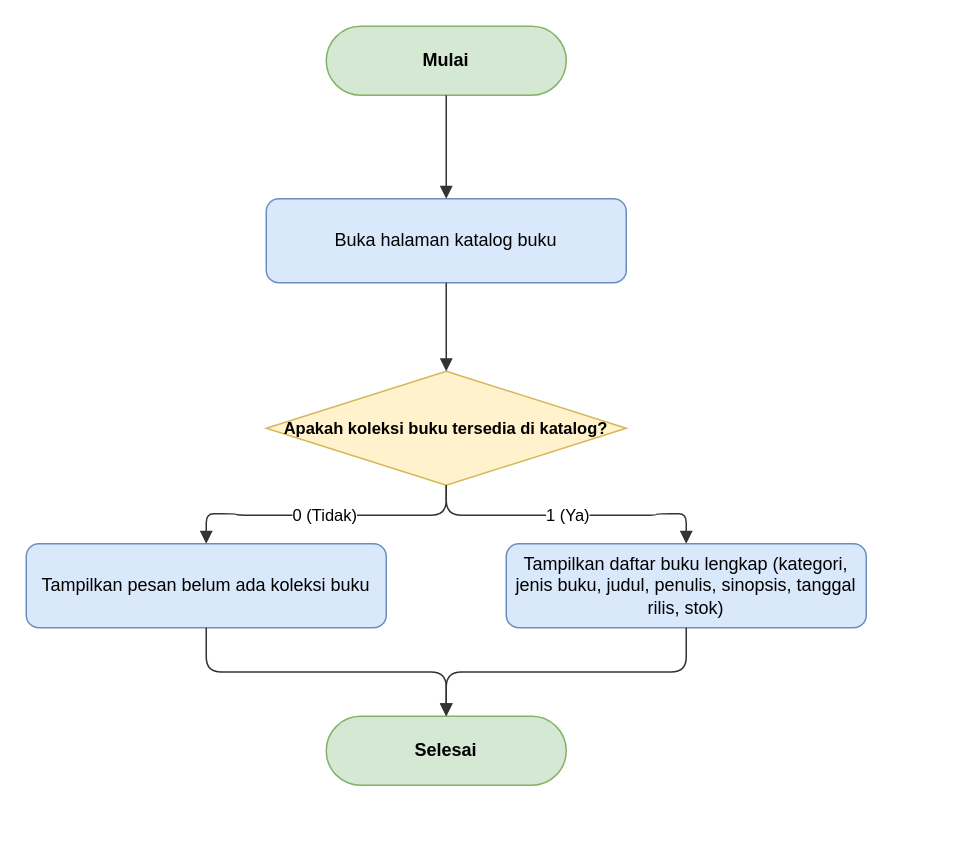
Before: docs/diagrams/flowchart/flowchart-getbook.drawio in dimstyle/ruang-baca, a draw.io diagram. Source tidied: cells renumbered, new cells numbered last; positions are measured from the earlier drawing's top-left corner, leaving out a move shared by most shapes. Both pictures are drawn from the tidied source at 150%, with x=0, y=0 at pixel (26, 26).
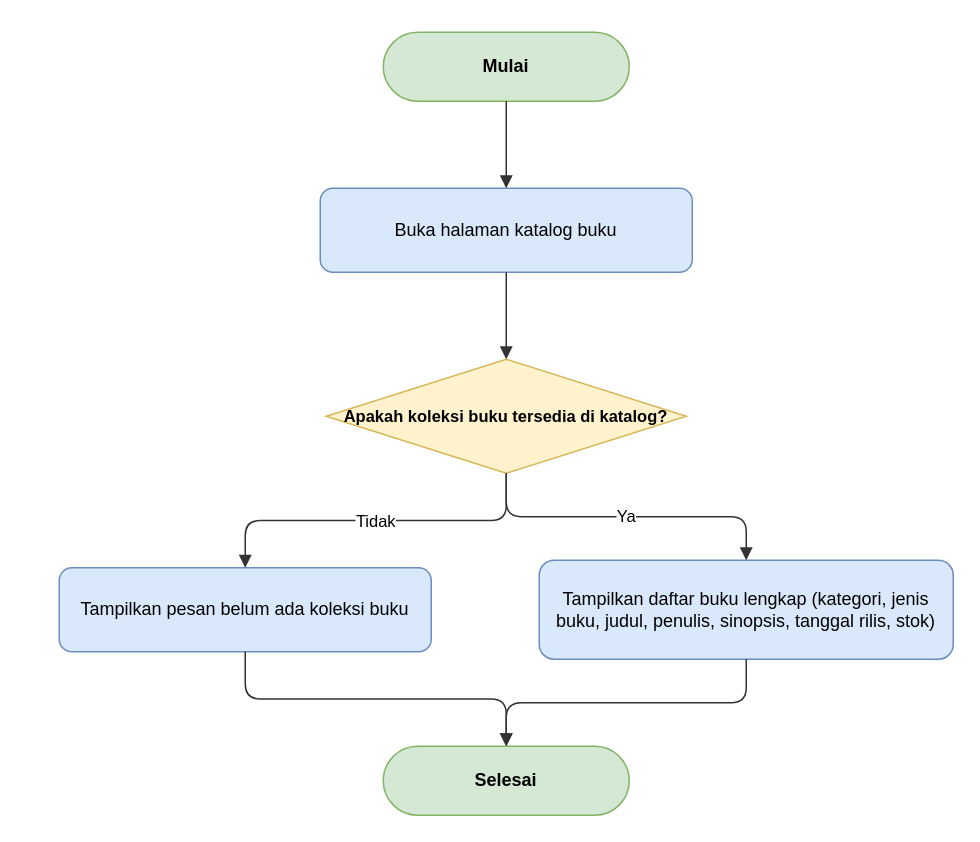
The same page after the edit.

The edit, as a diff of the source:
```diff
@@
 <mxGraphModel>
   <root>
     <mxCell id="0" />
     <mxCell id="1" parent="0" />
     <mxCell id="2" value="Mulai" style="rounded=1;whiteSpace=wrap;html=1;arcSize=50;fillColor=#d5e8d4;strokeColor=#82b366;fontStyle=1;fontSize=12;" parent="1" vertex="1">
-      <mxGeometry x="200" width="160" height="46" as="geometry" />
+      <mxGeometry x="238" y="4" width="164" height="46" as="geometry" />
     </mxCell>
     <mxCell id="3" value="Buka halaman katalog buku" style="rounded=1;whiteSpace=wrap;html=1;fillColor=#dae8fc;strokeColor=#6c8ebf;fontSize=12;" parent="1" vertex="1">
-      <mxGeometry x="160" y="115" width="240" height="56" as="geometry" />
+      <mxGeometry x="196" y="108" width="248" height="56" as="geometry" />
     </mxCell>
     <mxCell id="4" value="Apakah koleksi buku tersedia di katalog?" style="rhombus;whiteSpace=wrap;html=1;fillColor=#fff2cc;strokeColor=#d6b656;fontStyle=1;fontSize=11;" parent="1" vertex="1">
-      <mxGeometry x="160" y="230" width="240" height="76" as="geometry" />
+      <mxGeometry x="200" y="222" width="240" height="76" as="geometry" />
     </mxCell>
     <mxCell id="5" value="Tampilkan pesan belum ada koleksi buku" style="rounded=1;whiteSpace=wrap;html=1;fillColor=#dae8fc;strokeColor=#6c8ebf;fontSize=12;" parent="1" vertex="1">
-      <mxGeometry y="345" width="240" height="56" as="geometry" />
+      <mxGeometry x="22" y="361" width="248" height="56" as="geometry" />
     </mxCell>
     <mxCell id="6" value="Tampilkan daftar buku lengkap (kategori, jenis buku, judul, penulis, sinopsis, tanggal rilis, stok)" style="rounded=1;whiteSpace=wrap;html=1;fillColor=#dae8fc;strokeColor=#6c8ebf;fontSize=12;" parent="1" vertex="1">
-      <mxGeometry x="320" y="345" width="240" height="56" as="geometry" />
+      <mxGeometry x="342" y="356" width="276" height="66" as="geometry" />
     </mxCell>
     <mxCell id="7" value="Selesai" style="rounded=1;whiteSpace=wrap;html=1;arcSize=50;fillColor=#d5e8d4;strokeColor=#82b366;fontStyle=1;fontSize=12;" parent="1" vertex="1">
-      <mxGeometry x="200" y="460" width="160" height="46" as="geometry" />
+      <mxGeometry x="238" y="480" width="164" height="46" as="geometry" />
     </mxCell>
     <mxCell id="8" style="edgeStyle=orthogonalEdgeStyle;rounded=1;jettySize=auto;html=1;endArrow=block;endFill=1;strokeColor=#333333;fontSize=11;labelBackgroundColor=#ffffff;" parent="1" edge="1" source="2" target="3">
       <mxGeometry relative="1" as="geometry" />
     </mxCell>
     <mxCell id="9" style="edgeStyle=orthogonalEdgeStyle;rounded=1;jettySize=auto;html=1;endArrow=block;endFill=1;strokeColor=#333333;fontSize=11;labelBackgroundColor=#ffffff;" parent="1" edge="1" source="3" target="4">
       <mxGeometry relative="1" as="geometry" />
     </mxCell>
-    <mxCell id="10" value="0 (Tidak)" style="edgeStyle=orthogonalEdgeStyle;rounded=1;jettySize=auto;html=1;endArrow=block;endFill=1;strokeColor=#333333;fontSize=11;labelBackgroundColor=#ffffff;" parent="1" edge="1" source="4" target="5">
+    <mxCell id="10" value="Tidak" style="edgeStyle=orthogonalEdgeStyle;rounded=1;jettySize=auto;html=1;endArrow=block;endFill=1;strokeColor=#333333;fontSize=11;labelBackgroundColor=#ffffff;" parent="1" edge="1" source="4" target="5">
       <mxGeometry relative="1" as="geometry" />
     </mxCell>
     <mxCell id="11" style="edgeStyle=orthogonalEdgeStyle;rounded=1;jettySize=auto;html=1;endArrow=block;endFill=1;strokeColor=#333333;fontSize=11;labelBackgroundColor=#ffffff;" parent="1" edge="1" source="5" target="7">
       <mxGeometry relative="1" as="geometry" />
     </mxCell>
-    <mxCell id="12" value="1 (Ya)" style="edgeStyle=orthogonalEdgeStyle;rounded=1;jettySize=auto;html=1;endArrow=block;endFill=1;strokeColor=#333333;fontSize=11;labelBackgroundColor=#ffffff;" parent="1" edge="1" source="4" target="6">
+    <mxCell id="12" value="Ya" style="edgeStyle=orthogonalEdgeStyle;rounded=1;jettySize=auto;html=1;endArrow=block;endFill=1;strokeColor=#333333;fontSize=11;labelBackgroundColor=#ffffff;" parent="1" edge="1" source="4" target="6">
       <mxGeometry relative="1" as="geometry" />
     </mxCell>
     <mxCell id="13" style="edgeStyle=orthogonalEdgeStyle;rounded=1;jettySize=auto;html=1;endArrow=block;endFill=1;strokeColor=#333333;fontSize=11;labelBackgroundColor=#ffffff;" parent="1" edge="1" source="6" target="7">
       <mxGeometry relative="1" as="geometry" />
     </mxCell>
   </root>
 </mxGraphModel>
```
